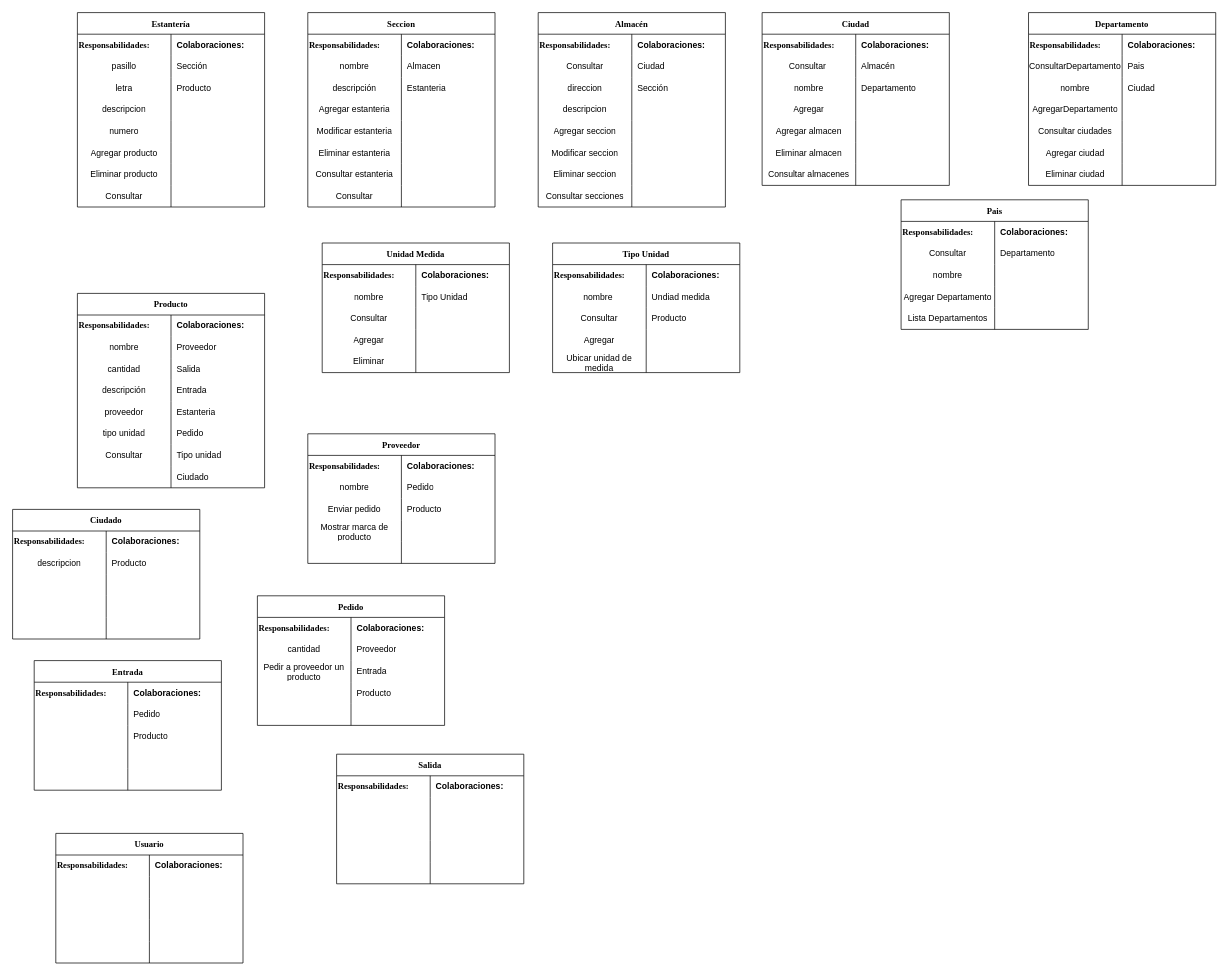
Before: page "CRC" (1 of 2) of Extraclase/Modelo de dominio/Tarjetas CRC.drawio in DOOPan2022/Presupuesto, a draw.io diagram. Source tidied: cells renumbered, new cells numbered last; positions are measured from the earlier drawing's top-left corner, leaving out a move shared by most shapes. Both pictures are drawn from the tidied source at 72%, with x=0, y=0 at pixel (12, 12).
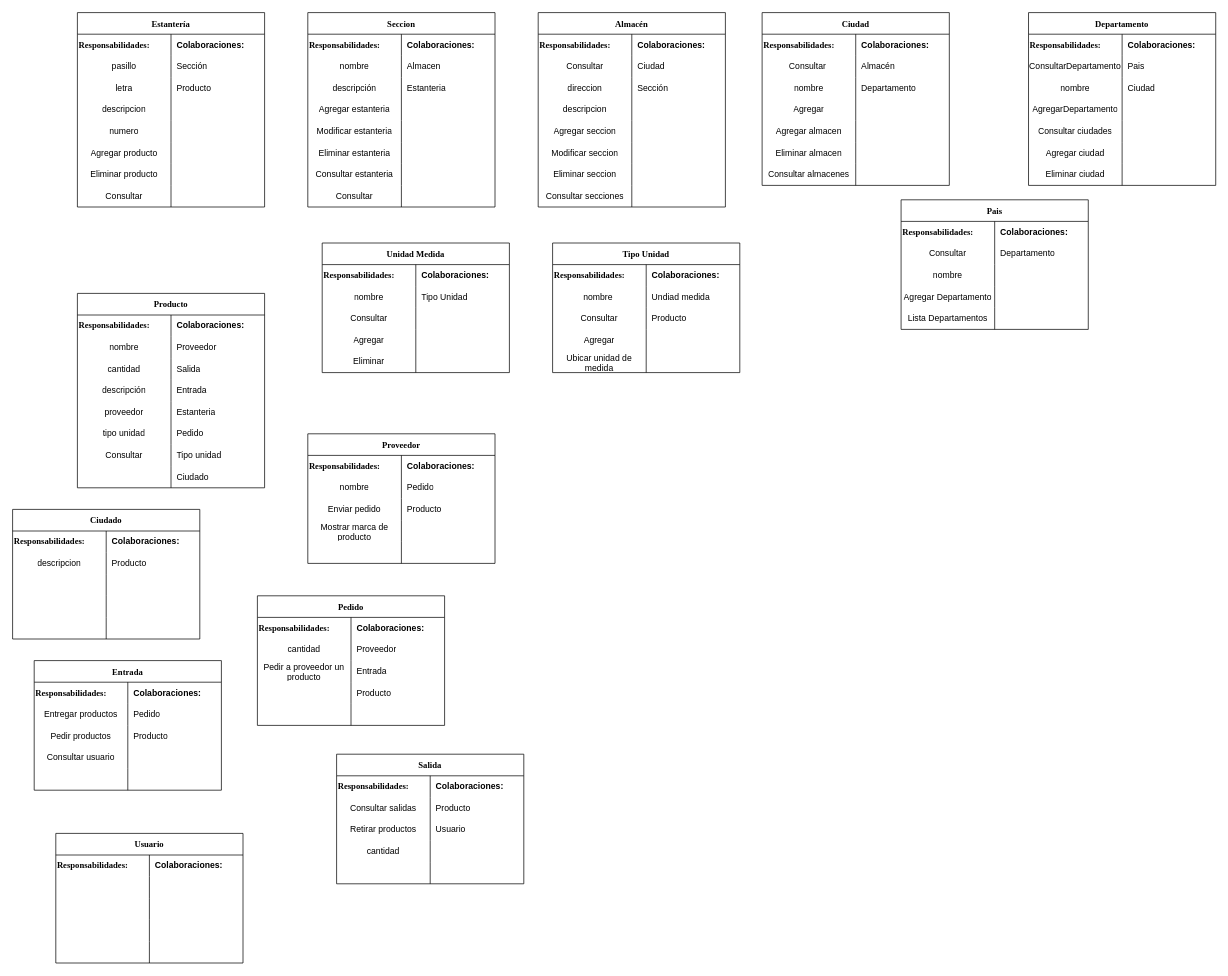
The same page after the edit.

The change refers to these unchanged cells:
```xml
<mxCell id="79" style="shape=tableRow;horizontal=0;startSize=0;swimlaneHead=0;swimlaneBody=0;top=0;left=0;bottom=0;right=0;fillColor=none;" parent="75" vertex="1">
  <mxGeometry y="60" width="260" height="30" as="geometry" />
</mxCell>
<mxCell id="82" style="shape=tableRow;horizontal=0;startSize=0;swimlaneHead=0;swimlaneBody=0;top=0;left=0;bottom=0;right=0;fillColor=none;" parent="75" vertex="1">
  <mxGeometry y="90" width="260" height="30" as="geometry" />
</mxCell>
<mxCell id="85" style="shape=tableRow;horizontal=0;startSize=0;swimlaneHead=0;swimlaneBody=0;top=0;left=0;bottom=0;right=0;fillColor=none;" parent="75" vertex="1">
  <mxGeometry y="120" width="260" height="30" as="geometry" />
</mxCell>
<mxCell id="246" style="shape=tableRow;horizontal=0;startSize=0;swimlaneHead=0;swimlaneBody=0;top=0;left=0;bottom=0;right=0;fillColor=none;" parent="242" vertex="1">
  <mxGeometry y="60" width="260" height="30" as="geometry" />
</mxCell>
<mxCell id="249" style="shape=tableRow;horizontal=0;startSize=0;swimlaneHead=0;swimlaneBody=0;top=0;left=0;bottom=0;right=0;fillColor=none;" parent="242" vertex="1">
  <mxGeometry y="90" width="260" height="30" as="geometry" />
</mxCell>
<mxCell id="252" style="shape=tableRow;horizontal=0;startSize=0;swimlaneHead=0;swimlaneBody=0;top=0;left=0;bottom=0;right=0;fillColor=none;" parent="242" vertex="1">
  <mxGeometry y="120" width="260" height="30" as="geometry" />
</mxCell>
```

Diff of the diagram source:
```diff
@@
-    <mxCell id="80" style="shape=partialRectangle;html=1;whiteSpace=wrap;fillColor=none;top=0;left=0;bottom=0;right=0;overflow=hidden;" parent="79" vertex="1">
+    <mxCell id="80" value="Entregar productos" style="shape=partialRectangle;html=1;whiteSpace=wrap;fillColor=none;top=0;left=0;bottom=0;right=0;overflow=hidden;" parent="79" vertex="1">
       <mxGeometry width="130" height="30" as="geometry" />
     </mxCell>
@@
-    <mxCell id="83" style="shape=partialRectangle;html=1;whiteSpace=wrap;fillColor=none;top=0;left=0;bottom=0;right=0;overflow=hidden;" parent="82" vertex="1">
+    <mxCell id="83" value="Pedir productos" style="shape=partialRectangle;html=1;whiteSpace=wrap;fillColor=none;top=0;left=0;bottom=0;right=0;overflow=hidden;" parent="82" vertex="1">
       <mxGeometry width="130" height="30" as="geometry" />
     </mxCell>
@@
-    <mxCell id="86" style="shape=partialRectangle;html=1;whiteSpace=wrap;fillColor=none;top=0;left=0;bottom=0;right=0;overflow=hidden;" parent="85" vertex="1">
+    <mxCell id="86" value="Consultar usuario" style="shape=partialRectangle;html=1;whiteSpace=wrap;fillColor=none;top=0;left=0;bottom=0;right=0;overflow=hidden;" parent="85" vertex="1">
       <mxGeometry width="130" height="30" as="geometry" />
     </mxCell>
@@
-    <mxCell id="247" style="shape=partialRectangle;html=1;whiteSpace=wrap;fillColor=none;top=0;left=0;bottom=0;right=0;overflow=hidden;" parent="246" vertex="1">
+    <mxCell id="247" value="Consultar salidas" style="shape=partialRectangle;html=1;whiteSpace=wrap;fillColor=none;top=0;left=0;bottom=0;right=0;overflow=hidden;" parent="246" vertex="1">
       <mxGeometry width="130" height="30" as="geometry" />
     </mxCell>
-    <mxCell id="248" style="shape=partialRectangle;html=1;whiteSpace=wrap;fillColor=none;top=0;left=0;bottom=0;right=0;align=left;spacingLeft=6;overflow=hidden;" parent="246" vertex="1">
+    <mxCell id="248" value="Producto" style="shape=partialRectangle;html=1;whiteSpace=wrap;fillColor=none;top=0;left=0;bottom=0;right=0;align=left;spacingLeft=6;overflow=hidden;" parent="246" vertex="1">
       <mxGeometry x="130" width="130" height="30" as="geometry" />
     </mxCell>
@@
-    <mxCell id="250" style="shape=partialRectangle;html=1;whiteSpace=wrap;fillColor=none;top=0;left=0;bottom=0;right=0;overflow=hidden;" parent="249" vertex="1">
+    <mxCell id="250" value="Retirar productos" style="shape=partialRectangle;html=1;whiteSpace=wrap;fillColor=none;top=0;left=0;bottom=0;right=0;overflow=hidden;" parent="249" vertex="1">
       <mxGeometry width="130" height="30" as="geometry" />
     </mxCell>
-    <mxCell id="251" style="shape=partialRectangle;html=1;whiteSpace=wrap;fillColor=none;top=0;left=0;bottom=0;right=0;align=left;spacingLeft=6;overflow=hidden;" parent="249" vertex="1">
+    <mxCell id="251" value="Usuario" style="shape=partialRectangle;html=1;whiteSpace=wrap;fillColor=none;top=0;left=0;bottom=0;right=0;align=left;spacingLeft=6;overflow=hidden;" parent="249" vertex="1">
       <mxGeometry x="130" width="130" height="30" as="geometry" />
     </mxCell>
@@
-    <mxCell id="253" style="shape=partialRectangle;html=1;whiteSpace=wrap;fillColor=none;top=0;left=0;bottom=0;right=0;overflow=hidden;" parent="252" vertex="1">
+    <mxCell id="253" value="cantidad" style="shape=partialRectangle;html=1;whiteSpace=wrap;fillColor=none;top=0;left=0;bottom=0;right=0;overflow=hidden;" parent="252" vertex="1">
       <mxGeometry width="130" height="30" as="geometry" />
     </mxCell>
```
